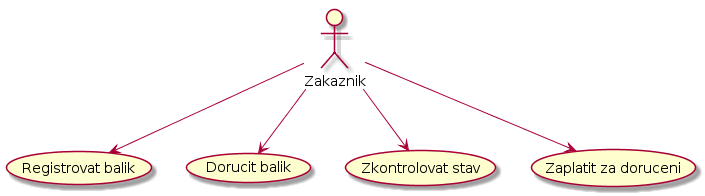
Earlier version of the PlantUML export docs/diagrams/out/ucs-zakaznik.png (Internet-Handel/postman).
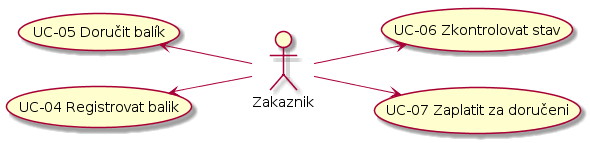
The same diagram one commit later.

The edit, as a diff of the source:
```diff
@@ -1,13 +1,14 @@
 @startuml
+left to right direction
 actor :Zakaznik: as customer
 
-(Registrovat balik) as (register)
-(Dorucit balik) as (deliver)
-(Zkontrolovat stav) as (verify)
-(Zaplatit za doruceni) as (pay)
+(UC-04 Registrovat balik) as (UC-04)
+(UC-05 Doručit balík) as (UC-05)
+(UC-06 Zkontrolovat stav) as (UC-06)
+(UC-07 Zaplatit za doručeni) as (UC-07)
 
-customer --> (register)
-customer --> (deliver)
-customer --> (verify)
-customer --> (pay)
+customer -up-> (UC-04)
+customer -up-> (UC-05)
+customer --> (UC-06)
+customer --> (UC-07)
 @enduml
```
